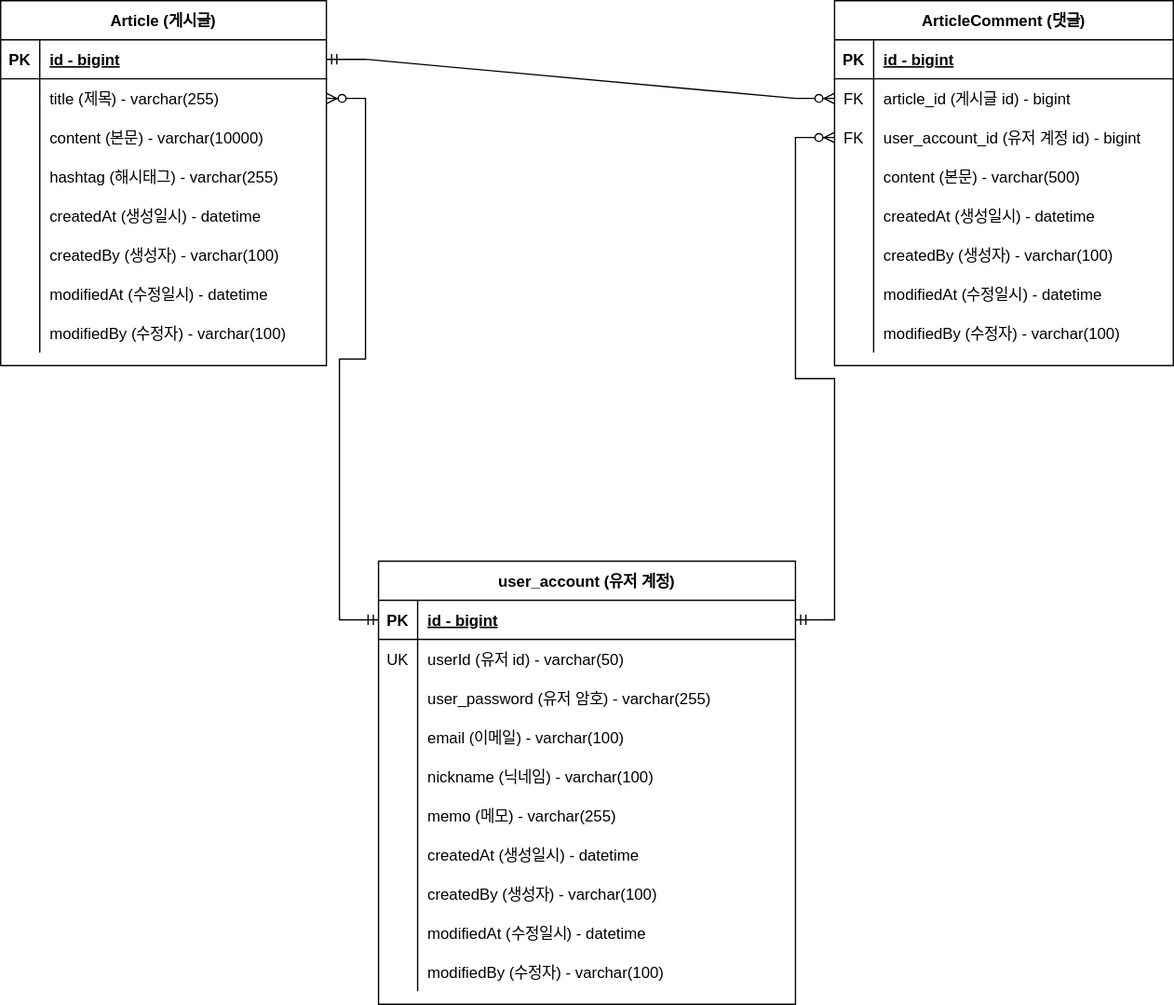
sGOM/fastcampus-project-board keeps this draw.io diagram as document/project-board-erd.svg. Above is the earlier version. Source tidied: cells renumbered, new cells last; positions are measured from the earlier drawing's top-left corner, leaving out a move shared by most shapes.
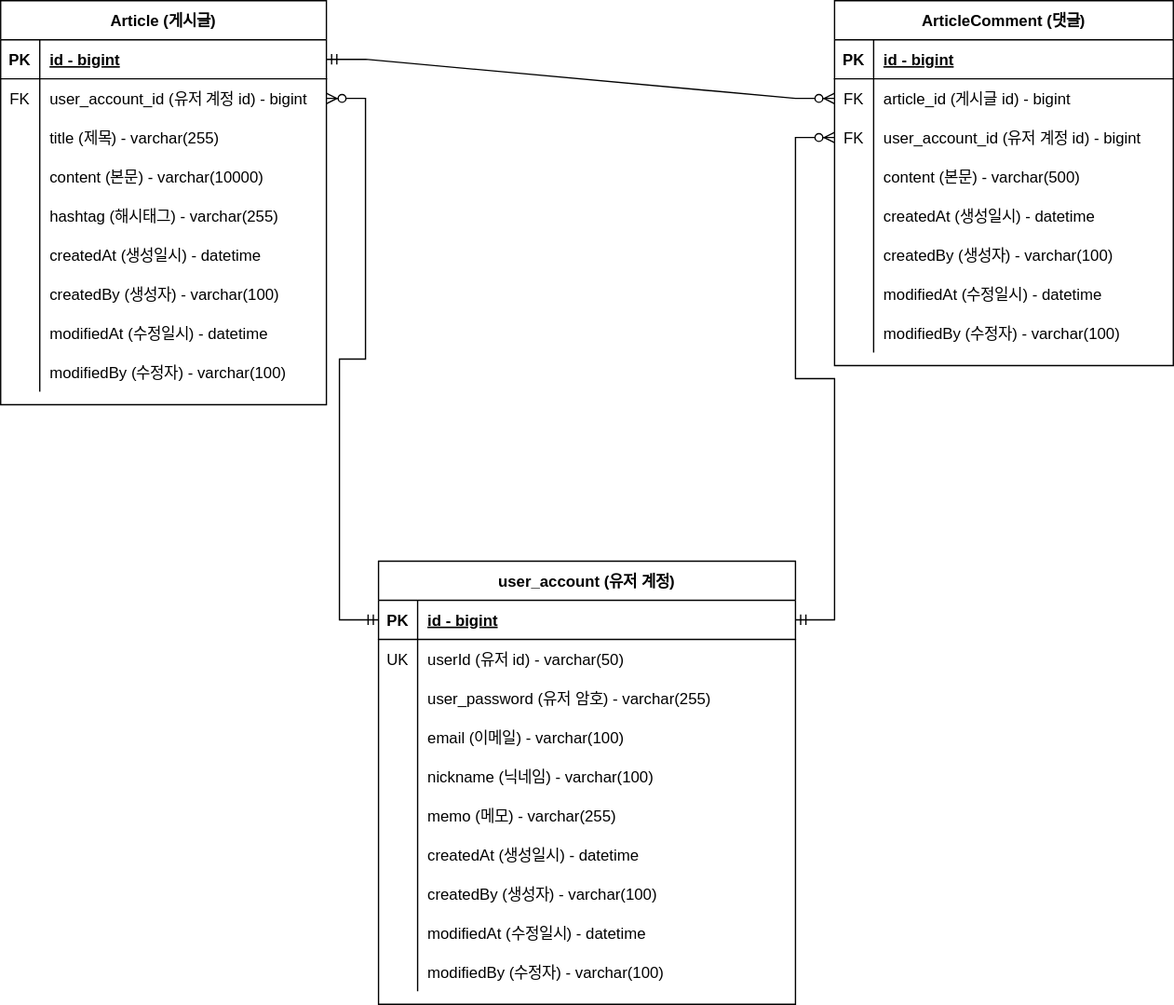
After the change.

Commit message:
#16 - 누락된 property 추가

What changed in the source:
```diff
@@ -3,7 +3,7 @@
     <mxCell id="0" />
     <mxCell id="1" parent="0" />
     <mxCell id="2" value="Article (게시글)" style="shape=table;startSize=30;rowLines=0;fontStyle=1;align=center;" parent="1" vertex="1">
-      <mxGeometry width="250" height="280" as="geometry" />
+      <mxGeometry width="250" height="310" as="geometry" />
     </mxCell>
     <mxCell id="3" style="shape=partialRectangle;fillColor=none;points=[[0,0.5],[1,0.5]];portConstraint=eastwest;top=0;left=0;right=0;bottom=1;" parent="2" vertex="1">
       <mxGeometry y="30" width="250" height="30" as="geometry" />
@@ -17,14 +17,23 @@
     <mxCell id="6" style="shape=partialRectangle;fillColor=none;points=[[0,0.5],[1,0.5]];portConstraint=eastwest;top=0;left=0;right=0;bottom=0;" parent="2" vertex="1">
       <mxGeometry y="60" width="250" height="30" as="geometry" />
     </mxCell>
-    <mxCell id="7" style="shape=partialRectangle;overflow=hidden;fillColor=none;top=0;left=0;bottom=0;right=0;" parent="6" vertex="1">
+    <mxCell id="7" value="FK" style="shape=partialRectangle;overflow=hidden;fillColor=none;top=0;left=0;bottom=0;right=0;" parent="6" vertex="1">
       <mxGeometry width="30" height="30" as="geometry" />
     </mxCell>
-    <mxCell id="8" value="title (제목) - varchar(255)" style="shape=partialRectangle;overflow=hidden;fillColor=none;top=0;left=0;bottom=0;right=0;align=left;spacingLeft=6;" parent="6" vertex="1">
+    <mxCell id="8" value="user_account_id (유저 계정 id) - bigint" style="shape=partialRectangle;overflow=hidden;fillColor=none;top=0;left=0;bottom=0;right=0;align=left;spacingLeft=6;" parent="6" vertex="1">
       <mxGeometry x="30" width="220" height="30" as="geometry" />
     </mxCell>
+    <mxCell id="86" style="shape=partialRectangle;fillColor=none;top=0;left=0;right=0;bottom=0;" parent="2" vertex="1">
+      <mxGeometry y="90" width="250" height="30" as="geometry" />
+    </mxCell>
+    <mxCell id="87" style="shape=partialRectangle;overflow=hidden;fillColor=none;top=0;left=0;bottom=0;right=0;" parent="86" vertex="1">
+      <mxGeometry width="30" height="30" as="geometry" />
+    </mxCell>
+    <mxCell id="88" value="title (제목) - varchar(255)" style="shape=partialRectangle;overflow=hidden;fillColor=none;top=0;left=0;bottom=0;right=0;align=left;spacingLeft=6;" parent="86" vertex="1">
+      <mxGeometry x="30" width="220" height="30" as="geometry" />
+    </mxCell>
     <mxCell id="9" style="shape=partialRectangle;fillColor=none;top=0;left=0;right=0;bottom=0;" parent="2" vertex="1">
-      <mxGeometry y="90" width="250" height="30" as="geometry" />
+      <mxGeometry y="120" width="250" height="30" as="geometry" />
     </mxCell>
     <mxCell id="10" style="shape=partialRectangle;overflow=hidden;fillColor=none;top=0;left=0;bottom=0;right=0;" parent="9" vertex="1">
       <mxGeometry width="30" height="30" as="geometry" />
@@ -33,7 +42,7 @@
       <mxGeometry x="30" width="220" height="30" as="geometry" />
     </mxCell>
     <mxCell id="12" style="shape=partialRectangle;fillColor=none;top=0;left=0;right=0;bottom=0;" parent="2" vertex="1">
-      <mxGeometry y="120" width="250" height="30" as="geometry" />
+      <mxGeometry y="150" width="250" height="30" as="geometry" />
     </mxCell>
     <mxCell id="13" style="shape=partialRectangle;overflow=hidden;fillColor=none;top=0;left=0;bottom=0;right=0;" parent="12" vertex="1">
       <mxGeometry width="30" height="30" as="geometry" />
@@ -42,7 +51,7 @@
       <mxGeometry x="30" width="220" height="30" as="geometry" />
     </mxCell>
     <mxCell id="15" style="shape=partialRectangle;fillColor=none;top=0;left=0;right=0;bottom=0;" parent="2" vertex="1">
-      <mxGeometry y="150" width="250" height="30" as="geometry" />
+      <mxGeometry y="180" width="250" height="30" as="geometry" />
     </mxCell>
     <mxCell id="16" style="shape=partialRectangle;overflow=hidden;fillColor=none;top=0;left=0;bottom=0;right=0;" parent="15" vertex="1">
       <mxGeometry width="30" height="30" as="geometry" />
@@ -51,7 +60,7 @@
       <mxGeometry x="30" width="220" height="30" as="geometry" />
     </mxCell>
     <mxCell id="18" style="shape=partialRectangle;fillColor=none;top=0;left=0;right=0;bottom=0;" parent="2" vertex="1">
-      <mxGeometry y="180" width="250" height="30" as="geometry" />
+      <mxGeometry y="210" width="250" height="30" as="geometry" />
     </mxCell>
     <mxCell id="19" style="shape=partialRectangle;overflow=hidden;fillColor=none;top=0;left=0;bottom=0;right=0;" parent="18" vertex="1">
       <mxGeometry width="30" height="30" as="geometry" />
@@ -60,7 +69,7 @@
       <mxGeometry x="30" width="220" height="30" as="geometry" />
     </mxCell>
     <mxCell id="21" style="shape=partialRectangle;fillColor=none;top=0;left=0;right=0;bottom=0;" parent="2" vertex="1">
-      <mxGeometry y="210" width="250" height="30" as="geometry" />
+      <mxGeometry y="240" width="250" height="30" as="geometry" />
     </mxCell>
     <mxCell id="22" style="shape=partialRectangle;overflow=hidden;fillColor=none;top=0;left=0;bottom=0;right=0;" parent="21" vertex="1">
       <mxGeometry width="30" height="30" as="geometry" />
@@ -69,7 +78,7 @@
       <mxGeometry x="30" width="220" height="30" as="geometry" />
     </mxCell>
     <mxCell id="24" style="shape=partialRectangle;fillColor=none;top=0;left=0;right=0;bottom=0;" parent="2" vertex="1">
-      <mxGeometry y="240" width="250" height="30" as="geometry" />
+      <mxGeometry y="270" width="250" height="30" as="geometry" />
     </mxCell>
     <mxCell id="25" style="shape=partialRectangle;overflow=hidden;fillColor=none;top=0;left=0;bottom=0;right=0;" parent="24" vertex="1">
       <mxGeometry width="30" height="30" as="geometry" />
```
